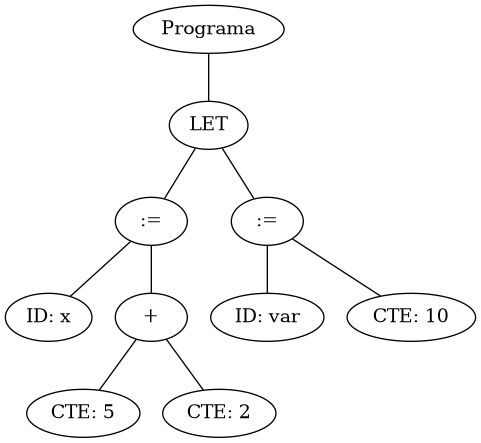
Before: Flex/arbol.png, a diagram exported from Graphviz (franparzanese/unlu-compilador). Its source is kept beside it as Flex/arbol.dot.
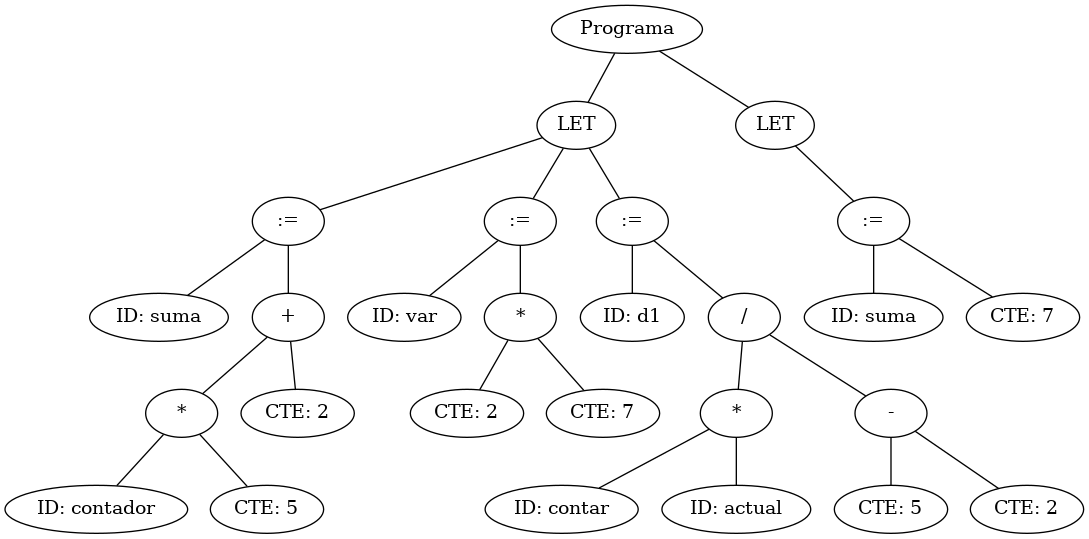
The same file after the commit.

Change to the diagram source:
```diff
@@ -1,20 +1,54 @@
 graph G {nodo_programa [label="Programa"]
-nodo_1160460865 [label="LET"]
-nodo_programa -- nodo_1160460865
-nodo_951007336 [label=":="]
-nodo_1160460865 -- nodo_951007336
-nodo_2001049719 [label="ID: x"]
-nodo_951007336 -- nodo_2001049719
-nodo_1804094807 [label="+"]
-nodo_951007336 -- nodo_1804094807
+nodo_1325547227 [label="LET"]
+nodo_programa -- nodo_1325547227
+nodo_1450495309 [label=":="]
+nodo_1325547227 -- nodo_1450495309
+nodo_1670782018 [label="ID: suma"]
+nodo_1450495309 -- nodo_1670782018
+nodo_140435067 [label="+"]
+nodo_1450495309 -- nodo_140435067
+nodo_1706377736 [label="*"]
+nodo_140435067 -- nodo_1706377736
+nodo_644117698 [label="ID: contador"]
+nodo_1706377736 -- nodo_644117698
+nodo_468121027 [label="CTE: 5"]
+nodo_1706377736 -- nodo_468121027
+nodo_1229416514 [label="CTE: 2"]
+nodo_140435067 -- nodo_1229416514
+nodo_1826771953 [label=":="]
+nodo_1325547227 -- nodo_1826771953
+nodo_1406718218 [label="ID: var"]
+nodo_1826771953 -- nodo_1406718218
+nodo_1044036744 [label="*"]
+nodo_1826771953 -- nodo_1044036744
+nodo_1421795058 [label="CTE: 2"]
+nodo_1044036744 -- nodo_1421795058
+nodo_245257410 [label="CTE: 7"]
+nodo_1044036744 -- nodo_245257410
+nodo_455659002 [label=":="]
+nodo_1325547227 -- nodo_455659002
+nodo_250421012 [label="ID: d1"]
+nodo_455659002 -- nodo_250421012
+nodo_1705736037 [label="/"]
+nodo_455659002 -- nodo_1705736037
+nodo_617901222 [label="*"]
+nodo_1705736037 -- nodo_617901222
+nodo_1554547125 [label="ID: contar"]
+nodo_617901222 -- nodo_1554547125
+nodo_1915318863 [label="ID: actual"]
+nodo_617901222 -- nodo_1915318863
+nodo_1283928880 [label="-"]
+nodo_1705736037 -- nodo_1283928880
 nodo_1159190947 [label="CTE: 5"]
-nodo_1804094807 -- nodo_1159190947
+nodo_1283928880 -- nodo_1159190947
 nodo_925858445 [label="CTE: 2"]
-nodo_1804094807 -- nodo_925858445
-nodo_455659002 [label=":="]
-nodo_1160460865 -- nodo_455659002
-nodo_250421012 [label="ID: var"]
-nodo_455659002 -- nodo_250421012
-nodo_1421795058 [label="CTE: 10"]
-nodo_455659002 -- nodo_1421795058
+nodo_1283928880 -- nodo_925858445
+nodo_295530567 [label="LET"]
+nodo_programa -- nodo_295530567
+nodo_2003749087 [label=":="]
+nodo_295530567 -- nodo_2003749087
+nodo_1324119927 [label="ID: suma"]
+nodo_2003749087 -- nodo_1324119927
+nodo_713338599 [label="CTE: 7"]
+nodo_2003749087 -- nodo_713338599
 }
```
